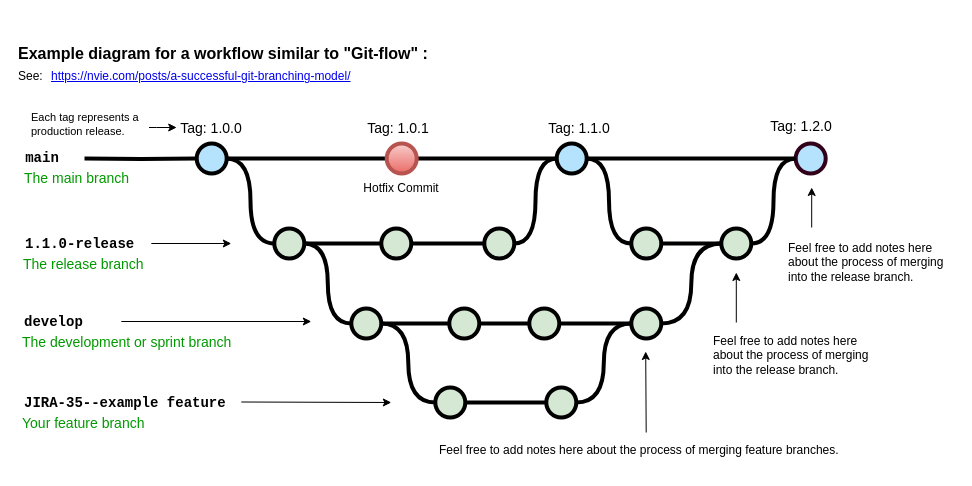
The draw.io diagram sheq-wap/未命名绘图.drawio in zchjeff/sheq, before the edit. Source tidied: cells renumbered, new cells numbered last; positions are measured from the earlier drawing's top-left corner, leaving out a move shared by most shapes. Both pictures are drawn from the tidied source at 100%, with x=0, y=0 at pixel (16, 37).
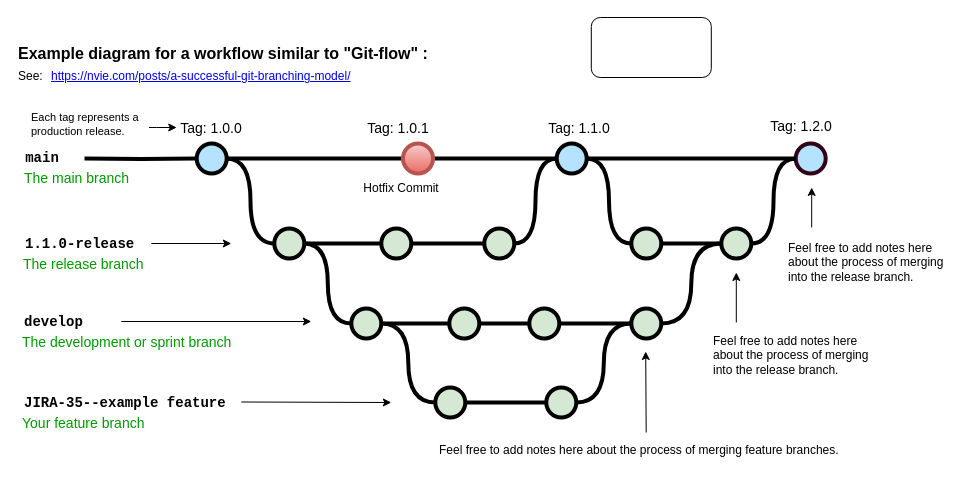
After the change.

Commit message:
更新未命名绘图.drawio

Change to the diagram source:
```diff
@@
     <mxCell id="61" style="verticalLabelPosition=bottom;verticalAlign=top;html=1;strokeWidth=4;shape=mxgraph.flowchart.on-page_reference;plain-blue;gradientColor=#EA6B66;strokeColor=#B85450;fillColor=#F8CECC;" parent="1" vertex="1">
-      <mxGeometry x="370.2" y="106" width="30" height="30" as="geometry" />
+      <mxGeometry x="386.5" y="106" width="30" height="30" as="geometry" />
     </mxCell>
@@
+    <mxCell id="63" style="rounded=1;whiteSpace=wrap;html=1;" parent="1" vertex="1">
+      <mxGeometry x="574.8" y="-20" width="120" height="60" as="geometry" />
+    </mxCell>
```
